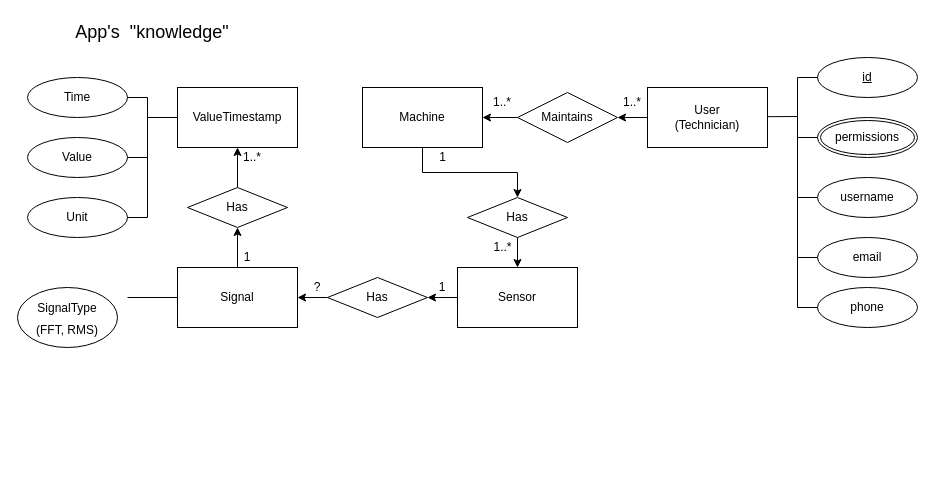
Earlier version of the draw.io diagram ConceptDiagrams/ConceptDiagrams.drawio (se761group2/industry-4). Source tidied: cells renumbered, new cells numbered last; positions are measured from the earlier drawing's top-left corner, leaving out a move shared by most shapes. Both pictures are drawn from the tidied source at 100%, with x=0, y=0 at pixel (17, 17).
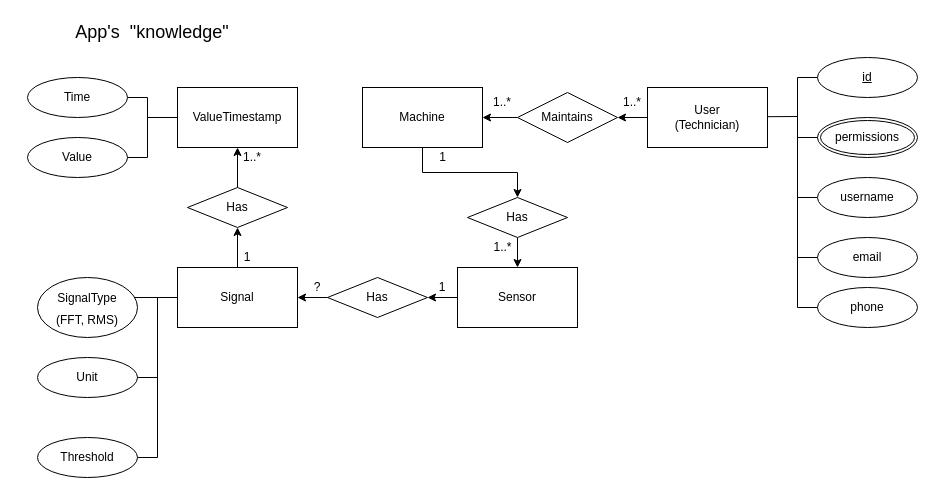
The same diagram, later.

What changed in the source:
```diff
@@
     <mxCell id="33" value="Unit" style="ellipse;whiteSpace=wrap;html=1;align=center;" parent="1" vertex="1">
-      <mxGeometry x="10" y="180" width="100" height="40" as="geometry" />
+      <mxGeometry x="20" y="340" width="100" height="40" as="geometry" />
     </mxCell>
@@
     <mxCell id="36" style="endArrow=none;html=1;exitX=1;exitY=0.5;exitDx=0;exitDy=0;" parent="1" edge="1" source="33">
       <mxGeometry relative="1" as="geometry">
-        <mxPoint x="130" y="200" as="targetPoint" />
+        <mxPoint x="140" y="360" as="targetPoint" />
       </mxGeometry>
     </mxCell>
     <mxCell id="37" style="endArrow=none;html=1;" parent="1" edge="1">
       <mxGeometry relative="1" as="geometry">
-        <mxPoint x="130" y="200" as="sourcePoint" />
-        <mxPoint x="130" y="80" as="targetPoint" />
+        <mxPoint x="140" y="440" as="sourcePoint" />
+        <mxPoint x="140" y="280" as="targetPoint" />
       </mxGeometry>
     </mxCell>
@@
     <mxCell id="51" value="&lt;span style=&quot;font-size: 12px&quot;&gt;SignalType&lt;br&gt;(FFT, RMS)&lt;br&gt;&lt;/span&gt;" style="ellipse;whiteSpace=wrap;html=1;align=center;fontSize=18;" parent="1" vertex="1">
-      <mxGeometry y="270" width="100" height="60" as="geometry" />
+      <mxGeometry x="20" y="260" width="100" height="60" as="geometry" />
     </mxCell>
+    <mxCell id="52" style="endArrow=none;html=1;" parent="1" edge="1">
+      <mxGeometry relative="1" as="geometry">
+        <mxPoint x="130" y="140" as="sourcePoint" />
+        <mxPoint x="130" y="80" as="targetPoint" />
+      </mxGeometry>
+    </mxCell>
+    <mxCell id="53" style="endArrow=none;html=1;entryX=1;entryY=0.5;entryDx=0;entryDy=0;" parent="1" edge="1" target="54">
+      <mxGeometry relative="1" as="geometry">
+        <mxPoint x="140" y="440" as="sourcePoint" />
+      </mxGeometry>
+    </mxCell>
+    <mxCell id="54" value="Threshold" style="ellipse;whiteSpace=wrap;html=1;align=center;" parent="1" vertex="1">
+      <mxGeometry x="20" y="420" width="100" height="40" as="geometry" />
+    </mxCell>
```
